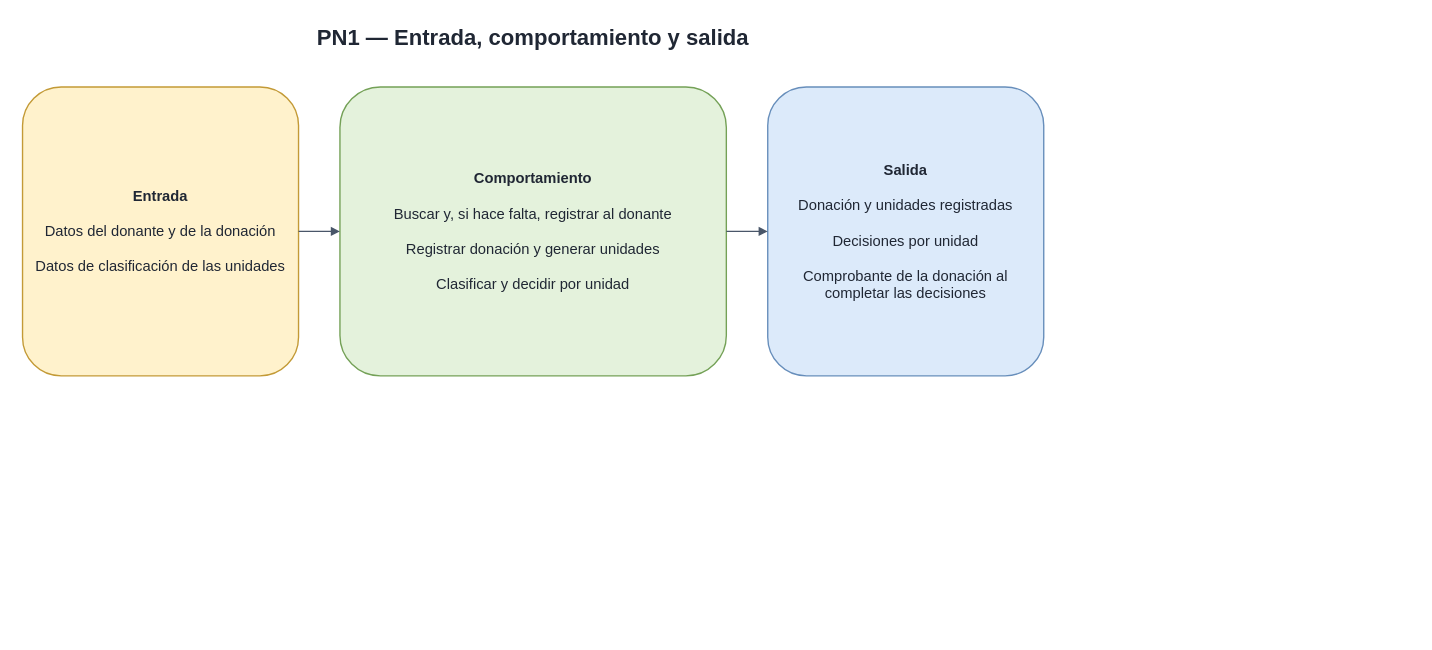
This is Diagramas/Secuencia de Roles/PN1_DiagramaEntradaComportamientoSalida.drawio from juanNH/Ingenieria-de-Software, a draw.io file, before an edit. Source tidied: cells renumbered, new cells numbered last; positions are measured from the earlier drawing's top-left corner, leaving out a move shared by most shapes. Both pictures are drawn from the tidied source at 92%, with x=0, y=0 at pixel (16, 16).
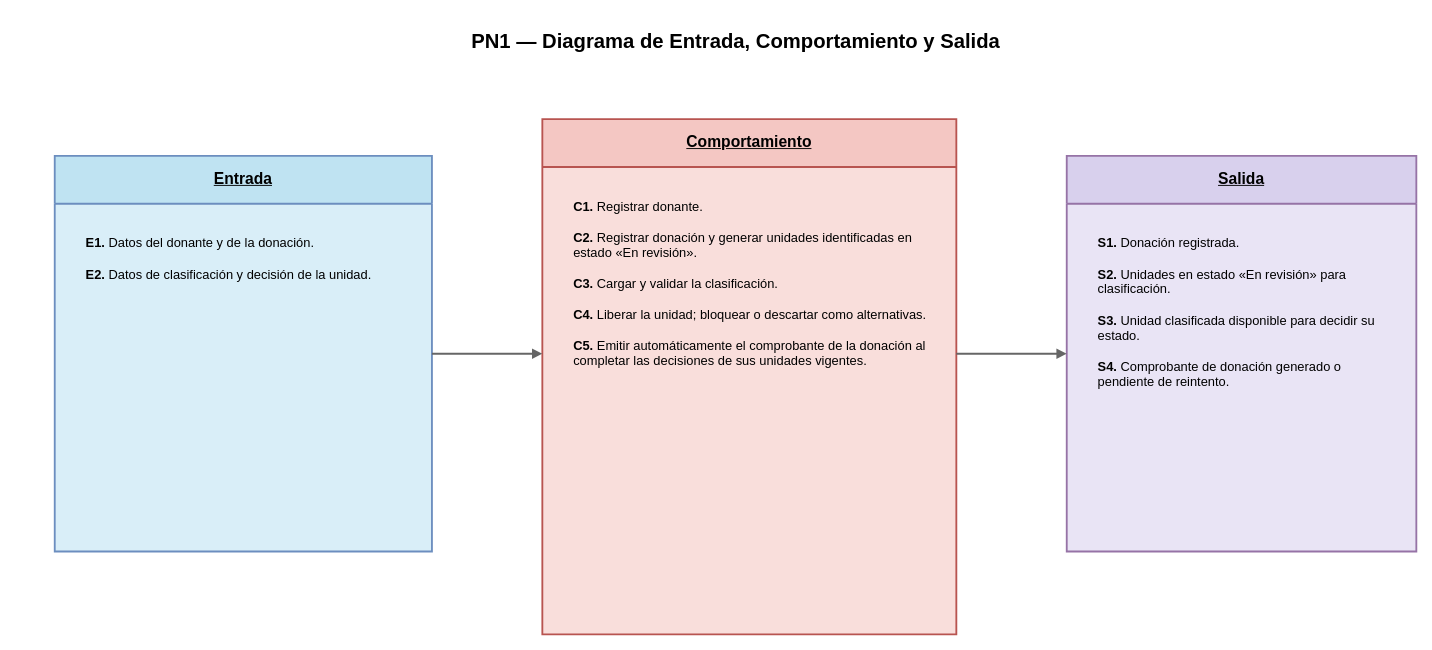
The same diagram, later.

Diff of the diagram source:
```diff
@@
 <mxGraphModel>
   <root>
     <mxCell id="0" />
     <mxCell id="1" parent="0" />
-    <mxCell id="2" value="PN1 — Entrada, comportamiento y salida" style="html=1;whiteSpace=wrap;fontFamily=Arial;fontSize=16;fontColor=#202734;text;strokeColor=none;fillColor=none;align=center;verticalAlign=middle;fontSize=24;fontStyle=1;" parent="1" vertex="1">
-      <mxGeometry width="1124" height="48" as="geometry" />
+    <mxCell id="2" value="PN1 — Diagrama de Entrada, Comportamiento y Salida" style="text;html=1;strokeColor=none;fillColor=none;fontStyle=1;fontSize=22;align=center;verticalAlign=middle;fontFamily=Arial;" parent="1" vertex="1">
+      <mxGeometry x="232" y="7" width="1100" height="42" as="geometry" />
     </mxCell>
-    <mxCell id="3" value="&lt;div style=&quot;padding:12px&quot;&gt;&lt;b&gt;Entrada&lt;/b&gt;&lt;br&gt;&lt;br&gt;Datos del donante y de la donación&lt;br&gt;&lt;br&gt;Datos de clasificación de las unidades&lt;/div&gt;" style="html=1;whiteSpace=wrap;fontFamily=Arial;fontSize=16;fontColor=#202734;rounded=1;arcSize=14;strokeWidth=1.5;align=center;verticalAlign=middle;fillColor=#fff2cc;strokeColor=#c39a36;" parent="1" vertex="1">
-      <mxGeometry x="7" y="77" width="300" height="314" as="geometry" />
+    <mxCell id="3" value="&lt;b&gt;&lt;u&gt;Entrada&lt;/u&gt;&lt;/b&gt;" style="swimlane;horizontal=1;startSize=52;whiteSpace=wrap;html=1;rounded=0;fillColor=#bfe3f2;swimlaneFillColor=#d9eef8;strokeColor=#6c8ebf;strokeWidth=2;fontSize=17;fontFamily=Arial;align=center;verticalAlign=middle;" parent="1" vertex="1">
+      <mxGeometry x="42" y="152" width="410" height="430" as="geometry" />
     </mxCell>
+    <mxCell id="8" value="&lt;b&gt;E1.&lt;/b&gt; Datos del donante y de la donación.&lt;br&gt;&lt;br&gt;&lt;b&gt;E2.&lt;/b&gt; Datos de clasificación y decisión de la unidad." style="text;html=1;strokeColor=none;fillColor=none;whiteSpace=wrap;fontSize=14;fontFamily=Arial;align=left;verticalAlign=top;spacingLeft=12;spacingRight=12;spacingTop=10;" parent="1" vertex="1">
+      <mxGeometry x="62" y="222" width="370" height="335" as="geometry" />
+    </mxCell>
-    <mxCell id="4" value="&lt;div style=&quot;padding:12px&quot;&gt;&lt;b&gt;Comportamiento&lt;/b&gt;&lt;br&gt;&lt;br&gt;Buscar y, si hace falta, registrar al donante&lt;br&gt;&lt;br&gt;Registrar donación y generar unidades&lt;br&gt;&lt;br&gt;Clasificar y decidir por unidad&lt;/div&gt;" style="html=1;whiteSpace=wrap;fontFamily=Arial;fontSize=16;fontColor=#202734;rounded=1;arcSize=14;strokeWidth=1.5;align=center;verticalAlign=middle;fillColor=#e4f2dc;strokeColor=#74a157;" parent="1" vertex="1">
-      <mxGeometry x="352" y="77" width="420" height="314" as="geometry" />
+    <mxCell id="4" value="&lt;b&gt;&lt;u&gt;Comportamiento&lt;/u&gt;&lt;/b&gt;" style="swimlane;horizontal=1;startSize=52;whiteSpace=wrap;html=1;rounded=0;fillColor=#f4c7c3;swimlaneFillColor=#f9dedb;strokeColor=#b85450;strokeWidth=2;fontSize=17;fontFamily=Arial;align=center;verticalAlign=middle;" parent="1" vertex="1">
+      <mxGeometry x="572" y="112" width="450" height="560" as="geometry" />
     </mxCell>
+    <mxCell id="9" value="&lt;b&gt;C1.&lt;/b&gt; Registrar donante.&lt;br&gt;&lt;br&gt;&lt;b&gt;C2.&lt;/b&gt; Registrar donación y generar unidades identificadas en estado «En revisión».&lt;br&gt;&lt;br&gt;&lt;b&gt;C3.&lt;/b&gt; Cargar y validar la clasificación.&lt;br&gt;&lt;br&gt;&lt;b&gt;C4.&lt;/b&gt; Liberar la unidad; bloquear o descartar como alternativas.&lt;br&gt;&lt;br&gt;&lt;b&gt;C5.&lt;/b&gt; Emitir automáticamente el comprobante de la donación al completar las decisiones de sus unidades vigentes." style="text;html=1;strokeColor=none;fillColor=none;whiteSpace=wrap;fontSize=14;fontFamily=Arial;align=left;verticalAlign=top;spacingLeft=12;spacingRight=12;spacingTop=10;" parent="1" vertex="1">
+      <mxGeometry x="592" y="182" width="410" height="490" as="geometry" />
+    </mxCell>
-    <mxCell id="5" value="&lt;div style=&quot;padding:12px&quot;&gt;&lt;b&gt;Salida&lt;/b&gt;&lt;br&gt;&lt;br&gt;Donación y unidades registradas&lt;br&gt;&lt;br&gt;Decisiones por unidad&lt;br&gt;&lt;br&gt;Comprobante de la donación al completar las decisiones&lt;/div&gt;" style="html=1;whiteSpace=wrap;fontFamily=Arial;fontSize=16;fontColor=#202734;rounded=1;arcSize=14;strokeWidth=1.5;align=center;verticalAlign=middle;fillColor=#dceafa;strokeColor=#678ebb;" parent="1" vertex="1">
-      <mxGeometry x="817" y="77" width="300" height="314" as="geometry" />
+    <mxCell id="5" value="&lt;b&gt;&lt;u&gt;Salida&lt;/u&gt;&lt;/b&gt;" style="swimlane;horizontal=1;startSize=52;whiteSpace=wrap;html=1;rounded=0;fillColor=#d8d0ed;swimlaneFillColor=#e9e4f5;strokeColor=#9673a6;strokeWidth=2;fontSize=17;fontFamily=Arial;align=center;verticalAlign=middle;" parent="1" vertex="1">
+      <mxGeometry x="1142" y="152" width="380" height="430" as="geometry" />
     </mxCell>
+    <mxCell id="10" value="&lt;b&gt;S1.&lt;/b&gt; Donación registrada.&lt;br&gt;&lt;br&gt;&lt;b&gt;S2.&lt;/b&gt; Unidades en estado «En revisión» para clasificación.&lt;br&gt;&lt;br&gt;&lt;b&gt;S3.&lt;/b&gt; Unidad clasificada disponible para decidir su estado.&lt;br&gt;&lt;br&gt;&lt;b&gt;S4.&lt;/b&gt; Comprobante de donación generado o pendiente de reintento." style="text;html=1;strokeColor=none;fillColor=none;whiteSpace=wrap;fontSize=14;fontFamily=Arial;align=left;verticalAlign=top;spacingLeft=12;spacingRight=12;spacingTop=10;" parent="1" vertex="1">
+      <mxGeometry x="1162" y="222" width="340" height="335" as="geometry" />
+    </mxCell>
-    <mxCell id="6" style="html=1;whiteSpace=wrap;fontFamily=Arial;fontSize=16;fontColor=#202734;edgeStyle=orthogonalEdgeStyle;rounded=0;endArrow=block;endFill=1;strokeColor=#495669;strokeWidth=1.5;fontSize=14;labelBackgroundColor=#ffffff;exitX=1;exitY=0.5;entryX=0;entryY=0.5;" parent="1" edge="1" source="3" target="4">
-      <mxGeometry relative="1" as="geometry" />
+    <mxCell id="6" style="edgeStyle=orthogonalEdgeStyle;rounded=0;html=1;endArrow=block;endFill=1;strokeColor=#666666;strokeWidth=2;" parent="1" edge="1">
+      <mxGeometry relative="1" as="geometry">
+        <mxPoint x="452" y="367" as="sourcePoint" />
+        <mxPoint x="572" y="367" as="targetPoint" />
+      </mxGeometry>
     </mxCell>
-    <mxCell id="7" style="html=1;whiteSpace=wrap;fontFamily=Arial;fontSize=16;fontColor=#202734;edgeStyle=orthogonalEdgeStyle;rounded=0;endArrow=block;endFill=1;strokeColor=#495669;strokeWidth=1.5;fontSize=14;labelBackgroundColor=#ffffff;exitX=1;exitY=0.5;entryX=0;entryY=0.5;" parent="1" edge="1" source="4" target="5">
-      <mxGeometry relative="1" as="geometry" />
+    <mxCell id="7" style="edgeStyle=orthogonalEdgeStyle;rounded=0;html=1;endArrow=block;endFill=1;strokeColor=#666666;strokeWidth=2;" parent="1" edge="1">
+      <mxGeometry relative="1" as="geometry">
+        <mxPoint x="1022" y="367" as="sourcePoint" />
+        <mxPoint x="1142" y="367" as="targetPoint" />
+      </mxGeometry>
     </mxCell>
   </root>
 </mxGraphModel>
```
